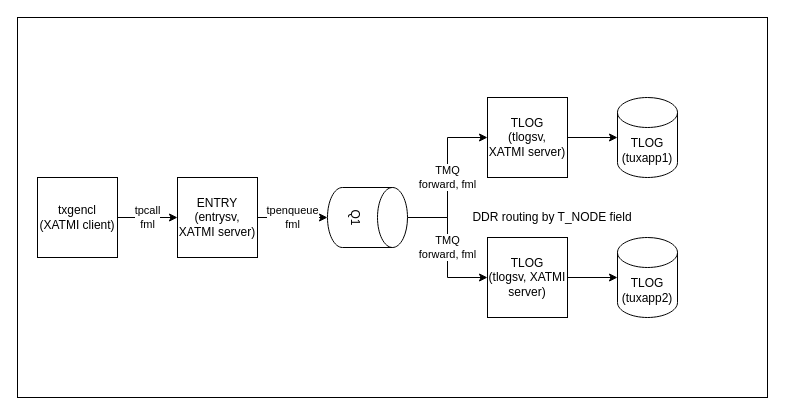
Earlier version of the draw.io diagram doc/program.drawio (endurox-dev/tuxapp). Source tidied: cells renumbered, new cells numbered last; positions are measured from the earlier drawing's top-left corner, leaving out a move shared by most shapes. Both pictures are drawn from the tidied source at 100%, with x=0, y=0 at pixel (17, 17).
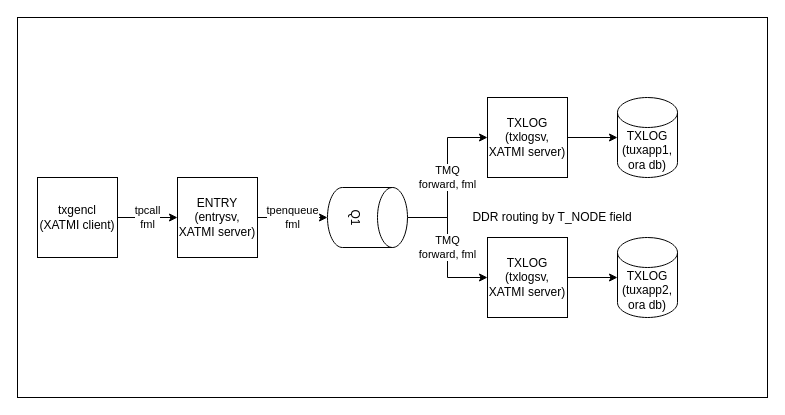
The same diagram, later.

Diff of the diagram source:
```diff
@@
 <mxGraphModel>
   <root>
     <mxCell id="0" />
     <mxCell id="1" parent="0" />
     <mxCell id="2" style="rounded=0;whiteSpace=wrap;html=1;" parent="1" vertex="1">
       <mxGeometry width="750" height="380" as="geometry" />
     </mxCell>
     <mxCell id="3" value="tpcall&lt;br&gt;fml" style="edgeStyle=orthogonalEdgeStyle;rounded=0;jettySize=auto;html=1;entryX=0;entryY=0.5;entryDx=0;entryDy=0;" parent="1" edge="1" source="4" target="16">
       <mxGeometry relative="1" as="geometry" />
     </mxCell>
     <mxCell id="4" value="txgencl&lt;br&gt;(XATMI client)" style="whiteSpace=wrap;html=1;" parent="1" vertex="1">
       <mxGeometry x="20" y="160" width="80" height="80" as="geometry" />
     </mxCell>
     <mxCell id="5" value="TMQ&lt;br&gt;forward, fml" style="edgeStyle=orthogonalEdgeStyle;rounded=0;jettySize=auto;html=1;exitX=0.5;exitY=0;exitDx=0;exitDy=0;exitPerimeter=0;" parent="1" edge="1" source="7" target="11">
       <mxGeometry relative="1" as="geometry" />
     </mxCell>
     <mxCell id="6" value="TMQ&lt;br&gt;forward, fml" style="edgeStyle=orthogonalEdgeStyle;rounded=0;jettySize=auto;html=1;entryX=0;entryY=0.5;entryDx=0;entryDy=0;" parent="1" edge="1" source="7" target="9">
       <mxGeometry relative="1" as="geometry" />
     </mxCell>
     <mxCell id="7" value="Q1" style="shape=cylinder3;whiteSpace=wrap;html=1;boundedLbl=1;backgroundOutline=1;size=15;rotation=90;" parent="1" vertex="1">
       <mxGeometry x="320" y="160" width="60" height="80" as="geometry" />
     </mxCell>
     <mxCell id="8" style="edgeStyle=orthogonalEdgeStyle;rounded=0;jettySize=auto;html=1;exitX=1;exitY=0.5;exitDx=0;exitDy=0;" parent="1" edge="1" source="9" target="12">
       <mxGeometry relative="1" as="geometry" />
     </mxCell>
-    <mxCell id="9" value="TLOG&lt;br&gt;(tlogsv,&lt;br&gt;XATMI server)" style="whiteSpace=wrap;html=1;" parent="1" vertex="1">
+    <mxCell id="9" value="TXLOG&lt;br&gt;(txlogsv,&lt;br&gt;XATMI server)" style="whiteSpace=wrap;html=1;" parent="1" vertex="1">
       <mxGeometry x="470" y="80" width="80" height="80" as="geometry" />
     </mxCell>
     <mxCell id="10" style="edgeStyle=orthogonalEdgeStyle;rounded=0;jettySize=auto;html=1;exitX=1;exitY=0.5;exitDx=0;exitDy=0;entryX=0;entryY=0.5;entryDx=0;entryDy=0;entryPerimeter=0;" parent="1" edge="1" source="11" target="13">
       <mxGeometry relative="1" as="geometry" />
     </mxCell>
-    <mxCell id="11" value="TLOG&lt;br&gt;(tlogsv, XATMI server)" style="whiteSpace=wrap;html=1;" parent="1" vertex="1">
+    <mxCell id="11" value="TXLOG&lt;br&gt;(txlogsv, XATMI server)" style="whiteSpace=wrap;html=1;" parent="1" vertex="1">
       <mxGeometry x="470" y="220" width="80" height="80" as="geometry" />
     </mxCell>
-    <mxCell id="12" value="TLOG&lt;br&gt;(tuxapp1)" style="shape=cylinder3;whiteSpace=wrap;html=1;boundedLbl=1;backgroundOutline=1;size=15;" parent="1" vertex="1">
+    <mxCell id="12" value="TXLOG&lt;br&gt;(tuxapp1, ora db)" style="shape=cylinder3;whiteSpace=wrap;html=1;boundedLbl=1;backgroundOutline=1;size=15;" parent="1" vertex="1">
       <mxGeometry x="600" y="80" width="60" height="80" as="geometry" />
     </mxCell>
-    <mxCell id="13" value="TLOG&lt;br&gt;(tuxapp2)" style="shape=cylinder3;whiteSpace=wrap;html=1;boundedLbl=1;backgroundOutline=1;size=15;" parent="1" vertex="1">
+    <mxCell id="13" value="TXLOG&lt;br&gt;(tuxapp2, ora db)" style="shape=cylinder3;whiteSpace=wrap;html=1;boundedLbl=1;backgroundOutline=1;size=15;" parent="1" vertex="1">
       <mxGeometry x="600" y="220" width="60" height="80" as="geometry" />
     </mxCell>
     <mxCell id="14" value="DDR routing by T_NODE field" style="text;html=1;strokeColor=none;fillColor=none;align=center;verticalAlign=middle;whiteSpace=wrap;rounded=0;" parent="1" vertex="1">
       <mxGeometry x="440" y="185" width="190" height="30" as="geometry" />
     </mxCell>
     <mxCell id="15" value="tpenqueue&lt;br&gt;fml" style="edgeStyle=orthogonalEdgeStyle;rounded=0;jettySize=auto;html=1;entryX=0.5;entryY=1;entryDx=0;entryDy=0;entryPerimeter=0;" parent="1" edge="1" source="16" target="7">
       <mxGeometry relative="1" as="geometry" />
     </mxCell>
     <mxCell id="16" value="ENTRY&lt;br&gt;(entrysv, XATMI server)" style="whiteSpace=wrap;html=1;" parent="1" vertex="1">
       <mxGeometry x="160" y="160" width="80" height="80" as="geometry" />
     </mxCell>
   </root>
 </mxGraphModel>
```
